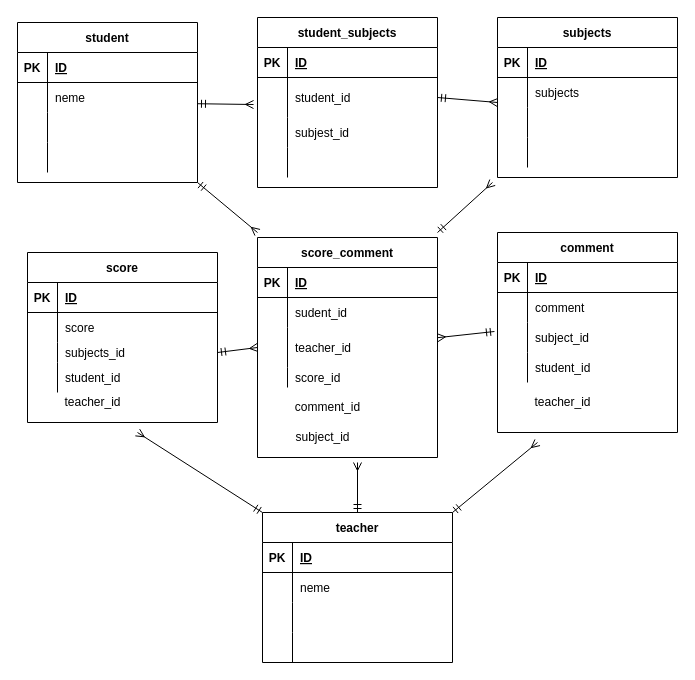
Niimura001/20211019_niimura keeps this draw.io diagram as 20211019_niimura/ERD.drawio. Above is the earlier version. Source tidied: cells renumbered, new cells numbered last; positions are measured from the earlier drawing's top-left corner, leaving out a move shared by most shapes. Both pictures are drawn from the tidied source at 100%, with x=0, y=0 at pixel (17, 17).
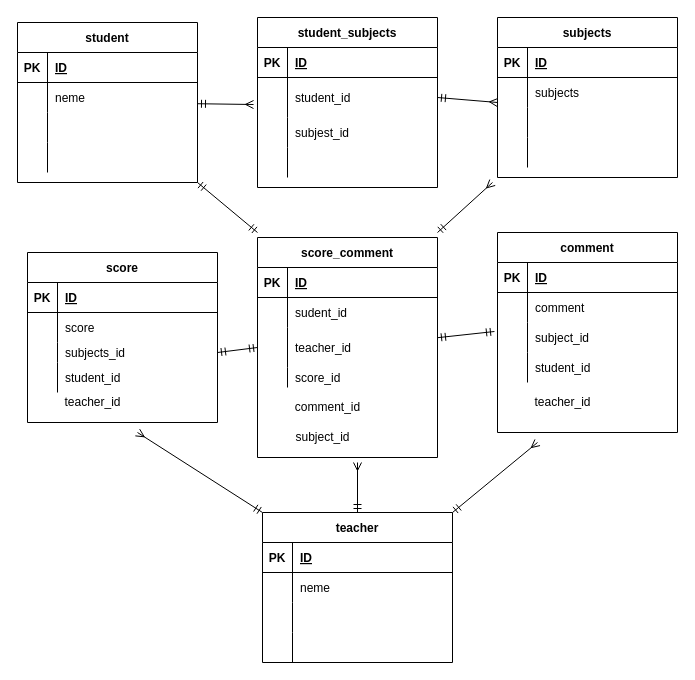
The same diagram, later.

Unchanged cells that the change refers to:
```xml
<mxCell id="38" style="shape=partialRectangle;fillColor=none;top=0;left=0;bottom=0;right=0;points=[[0,0.5],[1,0.5]];portConstraint=eastwest;" parent="31" vertex="1">
  <mxGeometry y="90" width="180" height="30" as="geometry" />
</mxCell>
<mxCell id="51" style="shape=partialRectangle;fillColor=none;top=0;left=0;bottom=0;right=0;points=[[0,0.5],[1,0.5]];portConstraint=eastwest;" parent="44" vertex="1">
  <mxGeometry y="90" width="190" height="20" as="geometry" />
</mxCell>
<mxCell id="94" style="shape=partialRectangle;fillColor=none;top=0;left=0;bottom=0;right=0;points=[[0,0.5],[1,0.5]];portConstraint=eastwest;" parent="87" vertex="1">
  <mxGeometry y="90" width="180" height="40" as="geometry" />
</mxCell>
```

The edit, as a diff of the source:
```diff
@@
-    <mxCell id="103" style="rounded=0;orthogonalLoop=1;jettySize=auto;html=1;endArrow=ERmany;endFill=0;startArrow=ERmandOne;startFill=0;" parent="1" edge="1">
+    <mxCell id="103" style="rounded=0;orthogonalLoop=1;jettySize=auto;html=1;endArrow=ERmandOne;endFill=0;startArrow=ERmandOne;startFill=0;" parent="1" edge="1">
       <mxGeometry relative="1" as="geometry">
         <mxPoint x="180" y="165" as="sourcePoint" />
         <mxPoint x="240" y="215" as="targetPoint" />
       </mxGeometry>
     </mxCell>
-    <mxCell id="104" style="edgeStyle=none;rounded=0;jettySize=auto;html=1;exitX=1;exitY=0.5;exitDx=0;exitDy=0;entryX=0;entryY=0.5;entryDx=0;entryDy=0;startArrow=ERmandOne;startFill=0;endArrow=ERmany;endFill=0;" parent="1" edge="1" source="51" target="94">
+    <mxCell id="104" style="edgeStyle=none;rounded=0;jettySize=auto;html=1;exitX=1;exitY=0.5;exitDx=0;exitDy=0;entryX=0;entryY=0.5;entryDx=0;entryDy=0;startArrow=ERmandOne;startFill=0;endArrow=ERmandOne;endFill=0;" parent="1" edge="1" source="51" target="94">
       <mxGeometry relative="1" as="geometry" />
     </mxCell>
@@
-    <mxCell id="106" style="rounded=0;jettySize=auto;html=1;endArrow=ERmany;endFill=0;startArrow=ERmandOne;startFill=0;exitX=-0.017;exitY=0.3;exitDx=0;exitDy=0;exitPerimeter=0;" parent="1" edge="1" source="38" target="94">
+    <mxCell id="106" style="rounded=0;jettySize=auto;html=1;endArrow=ERmandOne;endFill=0;startArrow=ERmandOne;startFill=0;exitX=-0.017;exitY=0.3;exitDx=0;exitDy=0;exitPerimeter=0;" parent="1" edge="1" source="38" target="94">
       <mxGeometry relative="1" as="geometry" />
     </mxCell>
```
